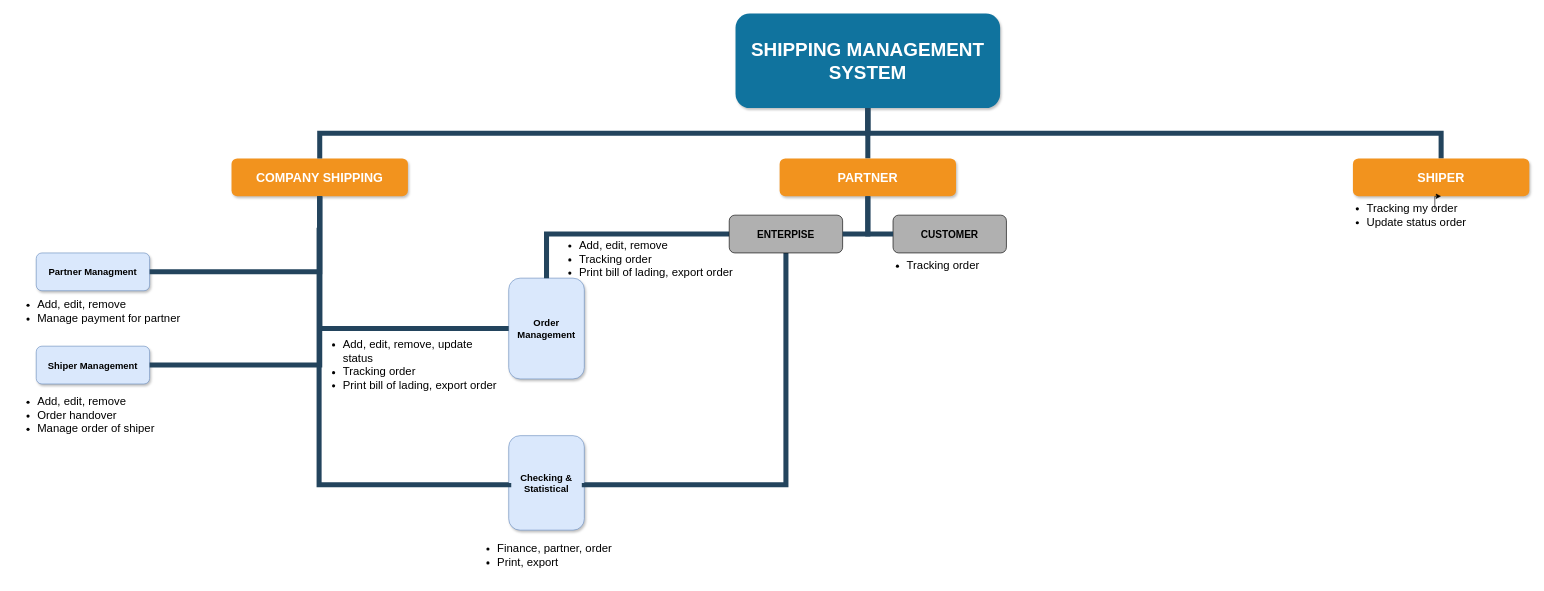
Before: Untitled Diagram.drawio in nnvanhao/demo, a draw.io diagram. Source tidied: cells renumbered, new cells numbered last; positions are measured from the earlier drawing's top-left corner, leaving out a move shared by most shapes. Both pictures are drawn from the tidied source at 63%, with x=0, y=0 at pixel (11, 13).
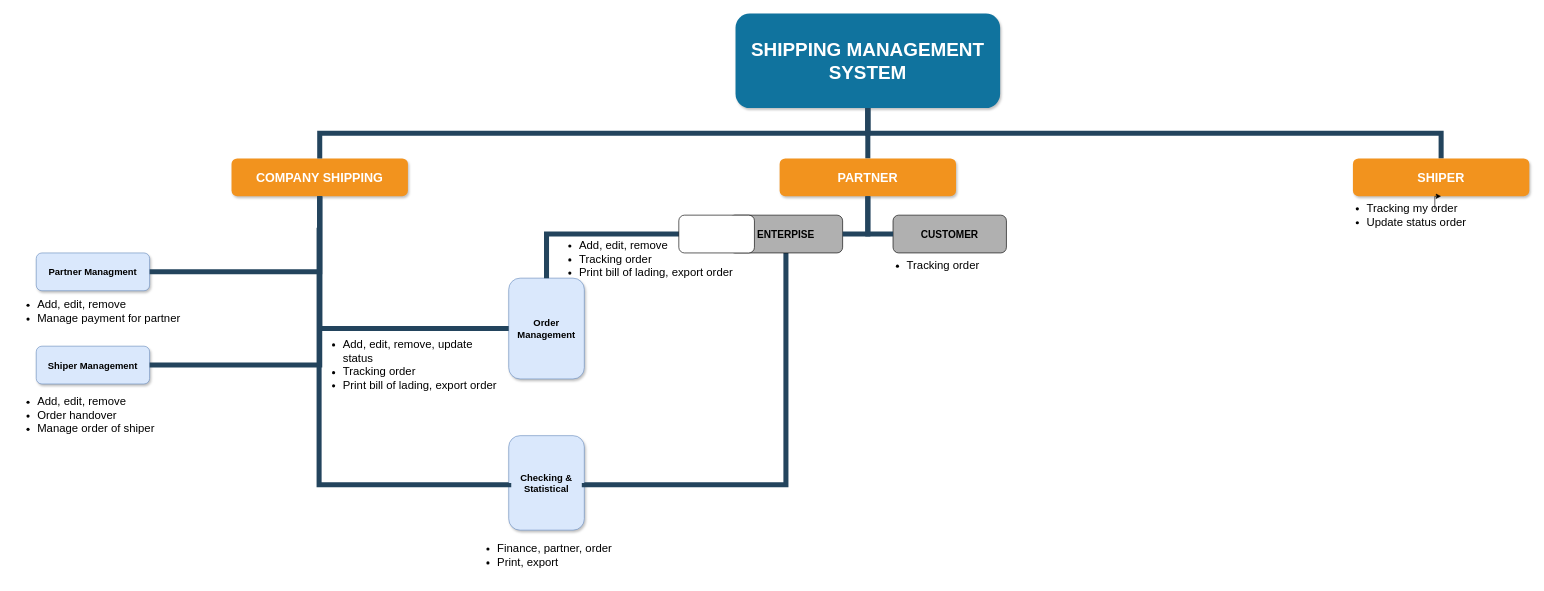
The same diagram, later.

The edit, as a diff of the source:
```diff
@@
+    <mxCell id="31" style="rounded=1;whiteSpace=wrap;html=1;hachureGap=4;" parent="1" vertex="1">
+      <mxGeometry x="1060" y="320" width="120" height="60" as="geometry" />
+    </mxCell>
```
